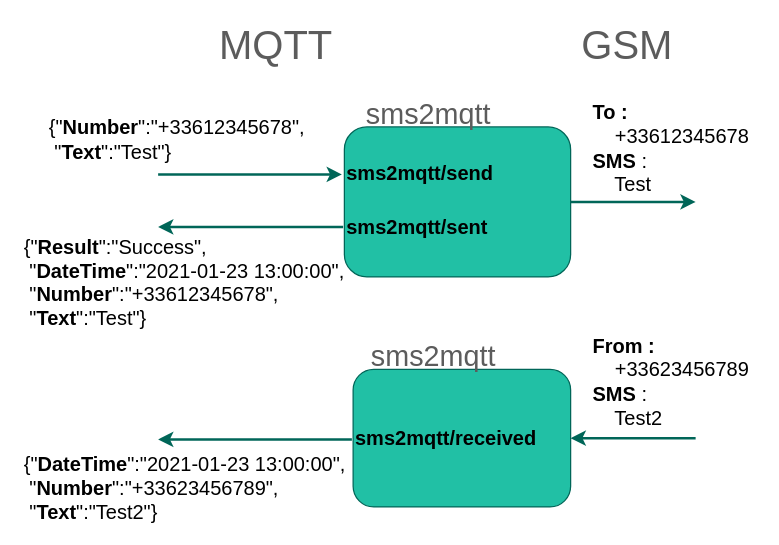
Above: sms2mqtt.drawio in Domochip/sms2mqtt (draw.io), before the change. Source tidied: cells renumbered, new cells numbered last; positions are measured from the earlier drawing's top-left corner, leaving out a move shared by most shapes. Both pictures are drawn from the tidied source at 125%, with x=0, y=0 at pixel (21, 26).
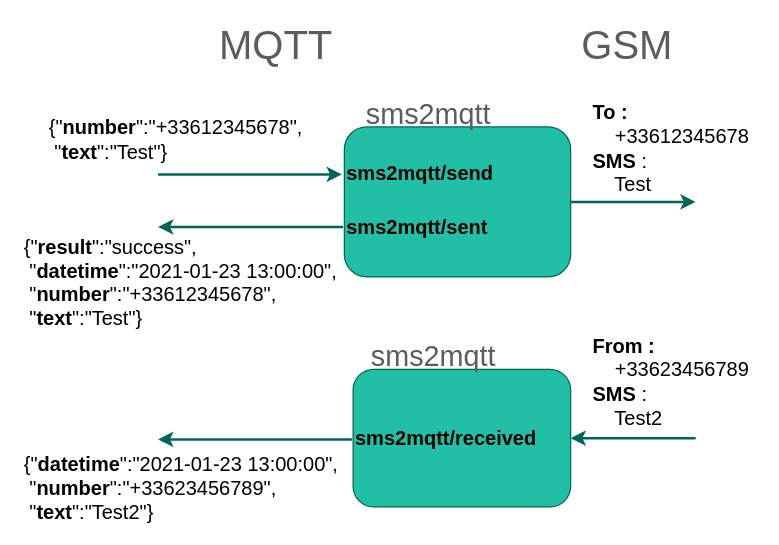
The same diagram, later.

Commit message (it also covers changes not shown here):
Make MQTT communication lowercase

What changed in the source:
```diff
@@
-    <mxCell id="7" value="&lt;div style=&quot;font-size: 16px&quot;&gt;&lt;/div&gt;&lt;font style=&quot;font-size: 16px&quot; color=&quot;#000000&quot;&gt;{&quot;&lt;b&gt;Number&lt;/b&gt;&quot;:&quot;+33612345678&quot;,&lt;/font&gt;&lt;div style=&quot;font-size: 16px&quot;&gt;&lt;font style=&quot;font-size: 16px&quot; color=&quot;#000000&quot;&gt;&lt;font style=&quot;font-size: 16px&quot;&gt;&amp;nbsp;&quot;&lt;b&gt;Text&lt;/b&gt;&quot;:&quot;Test&quot;&lt;/font&gt;}&lt;/font&gt;&lt;/div&gt;" style="text;html=1;align=left;verticalAlign=middle;fillColor=none;strokeColor=none;fontColor=#5C5C5C;rounded=1;" parent="1" vertex="1">
+    <mxCell id="7" value="&lt;div style=&quot;font-size: 16px&quot;&gt;&lt;/div&gt;&lt;font style=&quot;font-size: 16px&quot; color=&quot;#000000&quot;&gt;{&quot;&lt;b&gt;number&lt;/b&gt;&quot;:&quot;+33612345678&quot;,&lt;/font&gt;&lt;div style=&quot;font-size: 16px&quot;&gt;&lt;font style=&quot;font-size: 16px&quot; color=&quot;#000000&quot;&gt;&lt;font style=&quot;font-size: 16px&quot;&gt;&amp;nbsp;&quot;&lt;b&gt;text&lt;/b&gt;&quot;:&quot;Test&quot;&lt;/font&gt;}&lt;/font&gt;&lt;/div&gt;" style="text;html=1;align=left;verticalAlign=middle;fillColor=none;strokeColor=none;fontColor=#5C5C5C;rounded=1;" parent="1" vertex="1">
       <mxGeometry x="20" y="75" width="220" height="30" as="geometry" />
     </mxCell>
@@
-    <mxCell id="9" value="&lt;div style=&quot;font-size: 16px&quot;&gt;&lt;span style=&quot;color: rgb(0 , 0 , 0)&quot;&gt;{&quot;&lt;b&gt;Result&lt;/b&gt;&quot;:&quot;Success&quot;,&lt;/span&gt;&lt;br&gt;&lt;/div&gt;&lt;div style=&quot;font-size: 16px&quot;&gt;&lt;/div&gt;&lt;font style=&quot;font-size: 16px&quot; color=&quot;#000000&quot;&gt;&amp;nbsp;&quot;&lt;b&gt;DateTime&lt;/b&gt;&quot;:&quot;2021-01-23 13:00:00&quot;,&lt;br&gt;&amp;nbsp;&quot;&lt;b&gt;Number&lt;/b&gt;&quot;:&quot;+33612345678&quot;,&lt;br&gt;&lt;/font&gt;&lt;div style=&quot;font-size: 16px&quot;&gt;&lt;font style=&quot;font-size: 16px&quot; color=&quot;#000000&quot;&gt;&amp;nbsp;&quot;&lt;b&gt;Text&lt;/b&gt;&quot;:&quot;Test&quot;}&lt;/font&gt;&lt;/div&gt;&lt;span style=&quot;font-size: 16px&quot;&gt;&lt;br&gt;&lt;/span&gt;" style="text;html=1;align=left;verticalAlign=middle;fillColor=none;strokeColor=none;fontColor=#5C5C5C;rounded=1;" parent="1" vertex="1">
+    <mxCell id="9" value="&lt;div style=&quot;font-size: 16px&quot;&gt;&lt;span style=&quot;color: rgb(0 , 0 , 0)&quot;&gt;{&quot;&lt;b&gt;result&lt;/b&gt;&quot;:&quot;success&quot;,&lt;/span&gt;&lt;br&gt;&lt;/div&gt;&lt;div style=&quot;font-size: 16px&quot;&gt;&lt;/div&gt;&lt;font style=&quot;font-size: 16px&quot; color=&quot;#000000&quot;&gt;&amp;nbsp;&quot;&lt;b&gt;datetime&lt;/b&gt;&quot;:&quot;2021-01-23 13:00:00&quot;,&lt;br&gt;&amp;nbsp;&quot;&lt;b&gt;number&lt;/b&gt;&quot;:&quot;+33612345678&quot;,&lt;br&gt;&lt;/font&gt;&lt;div style=&quot;font-size: 16px&quot;&gt;&lt;font style=&quot;font-size: 16px&quot; color=&quot;#000000&quot;&gt;&amp;nbsp;&quot;&lt;b&gt;text&lt;/b&gt;&quot;:&quot;Test&quot;}&lt;/font&gt;&lt;/div&gt;&lt;span style=&quot;font-size: 16px&quot;&gt;&lt;br&gt;&lt;/span&gt;" style="text;html=1;align=left;verticalAlign=middle;fillColor=none;strokeColor=none;fontColor=#5C5C5C;rounded=1;" parent="1" vertex="1">
       <mxGeometry y="174" width="270" height="80" as="geometry" />
     </mxCell>
@@
-    <mxCell id="14" value="&lt;div style=&quot;font-size: 16px&quot;&gt;&lt;/div&gt;&lt;font style=&quot;font-size: 16px&quot; color=&quot;#000000&quot;&gt;{&lt;/font&gt;&lt;span style=&quot;color: rgb(0 , 0 , 0) ; font-size: 16px&quot;&gt;&quot;&lt;/span&gt;&lt;b style=&quot;color: rgb(0 , 0 , 0) ; font-size: 16px&quot;&gt;DateTime&lt;/b&gt;&lt;span style=&quot;color: rgb(0 , 0 , 0) ; font-size: 16px&quot;&gt;&quot;:&quot;2021-01-23 13:00:00&quot;,&lt;/span&gt;&lt;font style=&quot;font-size: 16px&quot; color=&quot;#000000&quot;&gt;&lt;br&gt;&amp;nbsp;&quot;&lt;b&gt;Number&lt;/b&gt;&quot;:&quot;+33623456789&quot;,&lt;/font&gt;&lt;div style=&quot;font-size: 16px&quot;&gt;&lt;font style=&quot;font-size: 16px&quot; color=&quot;#000000&quot;&gt;&amp;nbsp;&quot;&lt;b&gt;Text&lt;/b&gt;&quot;:&quot;Test2&quot;&lt;/font&gt;&lt;span style=&quot;color: rgb(0 , 0 , 0)&quot;&gt;}&lt;/span&gt;&lt;/div&gt;" style="text;html=1;align=left;verticalAlign=middle;fillColor=none;strokeColor=none;fontColor=#5C5C5C;rounded=1;" parent="1" vertex="1">
+    <mxCell id="14" value="&lt;div style=&quot;font-size: 16px&quot;&gt;&lt;/div&gt;&lt;font style=&quot;font-size: 16px&quot; color=&quot;#000000&quot;&gt;{&lt;/font&gt;&lt;span style=&quot;color: rgb(0 , 0 , 0) ; font-size: 16px&quot;&gt;&quot;&lt;/span&gt;&lt;b style=&quot;color: rgb(0 , 0 , 0) ; font-size: 16px&quot;&gt;datetime&lt;/b&gt;&lt;span style=&quot;color: rgb(0 , 0 , 0) ; font-size: 16px&quot;&gt;&quot;:&quot;2021-01-23 13:00:00&quot;,&lt;/span&gt;&lt;font style=&quot;font-size: 16px&quot; color=&quot;#000000&quot;&gt;&lt;br&gt;&amp;nbsp;&quot;&lt;b&gt;number&lt;/b&gt;&quot;:&quot;+33623456789&quot;,&lt;/font&gt;&lt;div style=&quot;font-size: 16px&quot;&gt;&lt;font style=&quot;font-size: 16px&quot; color=&quot;#000000&quot;&gt;&amp;nbsp;&quot;&lt;b&gt;text&lt;/b&gt;&quot;:&quot;Test2&quot;&lt;/font&gt;&lt;span style=&quot;color: rgb(0 , 0 , 0)&quot;&gt;}&lt;/span&gt;&lt;/div&gt;" style="text;html=1;align=left;verticalAlign=middle;fillColor=none;strokeColor=none;fontColor=#5C5C5C;rounded=1;" parent="1" vertex="1">
       <mxGeometry y="344" width="270" height="50" as="geometry" />
     </mxCell>
```
